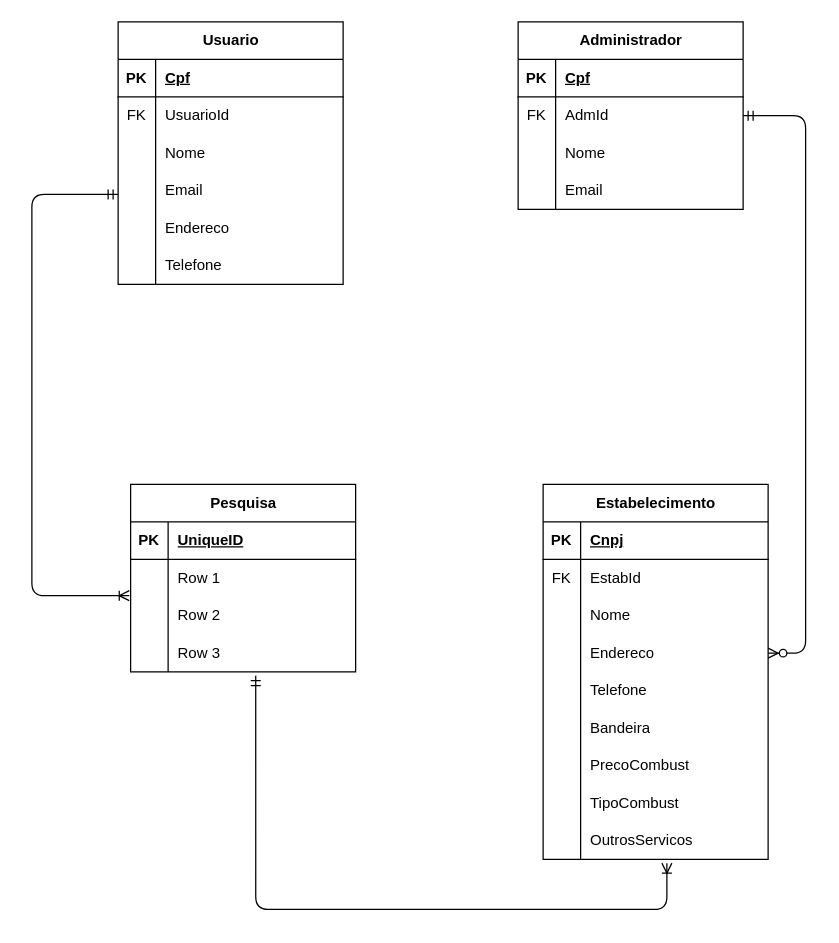
The draw.io diagram docs/img/Diagrama Modelo Relacional.drawio in ICEI-PUC-Minas-PMV-ADS/pmv-ads-2024-1-e3-proj-mov-t4-fuel, before the edit. Source tidied: cells renumbered, new cells numbered last; positions are measured from the earlier drawing's top-left corner, leaving out a move shared by most shapes. Both pictures are drawn from the tidied source at 125%, with x=0, y=0 at pixel (31, 21).
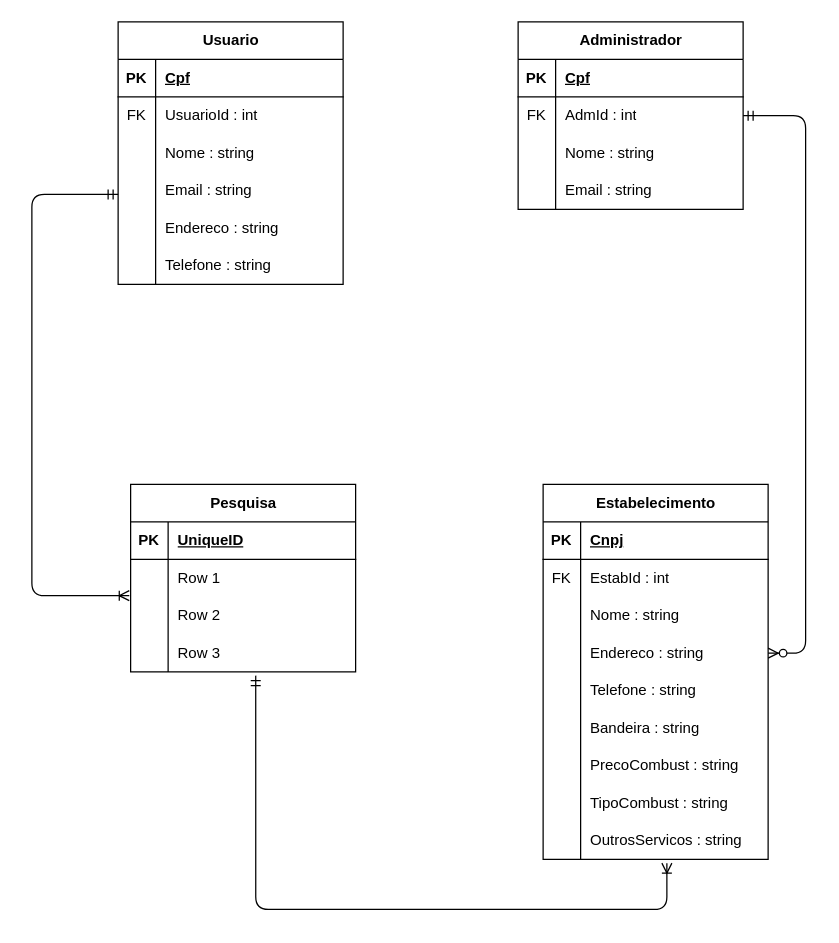
The same diagram, later.

Unchanged cells that the change refers to:
```xml
<mxCell id="22" style="shape=tableRow;horizontal=0;startSize=0;swimlaneHead=0;swimlaneBody=0;fillColor=none;top=0;left=0;right=0;bottom=0;" parent="18" vertex="1">
  <mxGeometry y="60" width="180" height="30" as="geometry" />
</mxCell>
<mxCell id="25" style="shape=tableRow;horizontal=0;startSize=0;swimlaneHead=0;swimlaneBody=0;fillColor=none;top=0;left=0;right=0;bottom=0;" parent="18" vertex="1">
  <mxGeometry y="90" width="180" height="30" as="geometry" />
</mxCell>
<mxCell id="28" style="shape=tableRow;horizontal=0;startSize=0;swimlaneHead=0;swimlaneBody=0;fillColor=none;top=0;left=0;right=0;bottom=0;" parent="18" vertex="1">
  <mxGeometry y="120" width="180" height="30" as="geometry" />
</mxCell>
<mxCell id="31" style="shape=tableRow;horizontal=0;startSize=0;swimlaneHead=0;swimlaneBody=0;fillColor=none;top=0;left=0;right=0;bottom=0;" parent="18" vertex="1">
  <mxGeometry y="150" width="180" height="30" as="geometry" />
</mxCell>
<mxCell id="34" style="shape=tableRow;horizontal=0;startSize=0;swimlaneHead=0;swimlaneBody=0;fillColor=none;top=0;left=0;right=0;bottom=0;" parent="18" vertex="1">
  <mxGeometry y="180" width="180" height="30" as="geometry" />
</mxCell>
<mxCell id="41" style="shape=tableRow;horizontal=0;startSize=0;swimlaneHead=0;swimlaneBody=0;fillColor=none;top=0;left=0;right=0;bottom=0;" parent="37" vertex="1">
  <mxGeometry y="60" width="180" height="30" as="geometry" />
</mxCell>
<mxCell id="44" style="shape=tableRow;horizontal=0;startSize=0;swimlaneHead=0;swimlaneBody=0;fillColor=none;top=0;left=0;right=0;bottom=0;" parent="37" vertex="1">
  <mxGeometry y="90" width="180" height="30" as="geometry" />
</mxCell>
<mxCell id="47" style="shape=tableRow;horizontal=0;startSize=0;swimlaneHead=0;swimlaneBody=0;fillColor=none;top=0;left=0;right=0;bottom=0;" parent="37" vertex="1">
  <mxGeometry y="120" width="180" height="30" as="geometry" />
</mxCell>
<mxCell id="54" style="shape=tableRow;horizontal=0;startSize=0;swimlaneHead=0;swimlaneBody=0;fillColor=none;top=0;left=0;right=0;bottom=0;" parent="50" vertex="1">
  <mxGeometry y="60" width="180" height="30" as="geometry" />
</mxCell>
<mxCell id="57" style="shape=tableRow;horizontal=0;startSize=0;swimlaneHead=0;swimlaneBody=0;fillColor=none;top=0;left=0;right=0;bottom=0;" parent="50" vertex="1">
  <mxGeometry y="90" width="180" height="30" as="geometry" />
</mxCell>
<mxCell id="60" style="shape=tableRow;horizontal=0;startSize=0;swimlaneHead=0;swimlaneBody=0;fillColor=none;points=[[0,0.5],[1,0.5]];portConstraint=eastwest;top=0;left=0;right=0;bottom=0;" parent="50" vertex="1">
  <mxGeometry y="120" width="180" height="30" as="geometry" />
</mxCell>
<mxCell id="63" style="shape=tableRow;horizontal=0;startSize=0;swimlaneHead=0;swimlaneBody=0;fillColor=none;top=0;left=0;right=0;bottom=0;" parent="50" vertex="1">
  <mxGeometry y="150" width="180" height="30" as="geometry" />
</mxCell>
<mxCell id="66" style="shape=tableRow;horizontal=0;startSize=0;swimlaneHead=0;swimlaneBody=0;fillColor=none;top=0;left=0;right=0;bottom=0;" parent="50" vertex="1">
  <mxGeometry y="180" width="180" height="30" as="geometry" />
</mxCell>
<mxCell id="69" style="shape=tableRow;horizontal=0;startSize=0;swimlaneHead=0;swimlaneBody=0;fillColor=none;top=0;left=0;right=0;bottom=0;" parent="50" vertex="1">
  <mxGeometry y="210" width="180" height="30" as="geometry" />
</mxCell>
<mxCell id="72" style="shape=tableRow;horizontal=0;startSize=0;swimlaneHead=0;swimlaneBody=0;fillColor=none;top=0;left=0;right=0;bottom=0;" parent="50" vertex="1">
  <mxGeometry y="240" width="180" height="30" as="geometry" />
</mxCell>
<mxCell id="75" style="shape=tableRow;horizontal=0;startSize=0;swimlaneHead=0;swimlaneBody=0;fillColor=none;points=[[0,0.5],[1,0.5]];portConstraint=eastwest;top=0;left=0;right=0;bottom=0;" parent="50" vertex="1">
  <mxGeometry y="270" width="180" height="30" as="geometry" />
</mxCell>
```

Change to the diagram source:
```diff
@@
-    <mxCell id="24" value="UsuarioId" style="shape=partialRectangle;fillColor=none;top=0;left=0;bottom=0;right=0;align=left;spacingLeft=6;overflow=hidden;whiteSpace=wrap;html=1;" parent="22" vertex="1">
+    <mxCell id="24" value="UsuarioId : int" style="shape=partialRectangle;fillColor=none;top=0;left=0;bottom=0;right=0;align=left;spacingLeft=6;overflow=hidden;whiteSpace=wrap;html=1;" parent="22" vertex="1">
       <mxGeometry x="30" width="150" height="30" as="geometry" />
     </mxCell>
@@
-    <mxCell id="27" value="Nome" style="shape=partialRectangle;fillColor=none;top=0;left=0;bottom=0;right=0;align=left;spacingLeft=6;overflow=hidden;whiteSpace=wrap;html=1;" parent="25" vertex="1">
+    <mxCell id="27" value="Nome : string" style="shape=partialRectangle;fillColor=none;top=0;left=0;bottom=0;right=0;align=left;spacingLeft=6;overflow=hidden;whiteSpace=wrap;html=1;" parent="25" vertex="1">
       <mxGeometry x="30" width="150" height="30" as="geometry" />
     </mxCell>
@@
-    <mxCell id="30" value="Email" style="shape=partialRectangle;fillColor=none;top=0;left=0;bottom=0;right=0;align=left;spacingLeft=6;overflow=hidden;whiteSpace=wrap;html=1;" parent="28" vertex="1">
+    <mxCell id="30" value="Email : string" style="shape=partialRectangle;fillColor=none;top=0;left=0;bottom=0;right=0;align=left;spacingLeft=6;overflow=hidden;whiteSpace=wrap;html=1;" parent="28" vertex="1">
       <mxGeometry x="30" width="150" height="30" as="geometry" />
     </mxCell>
@@
-    <mxCell id="33" value="Endereco" style="shape=partialRectangle;fillColor=none;top=0;left=0;bottom=0;right=0;align=left;spacingLeft=6;overflow=hidden;whiteSpace=wrap;html=1;" parent="31" vertex="1">
+    <mxCell id="33" value="Endereco : string" style="shape=partialRectangle;fillColor=none;top=0;left=0;bottom=0;right=0;align=left;spacingLeft=6;overflow=hidden;whiteSpace=wrap;html=1;" parent="31" vertex="1">
       <mxGeometry x="30" width="150" height="30" as="geometry" />
     </mxCell>
@@
-    <mxCell id="36" value="Telefone" style="shape=partialRectangle;fillColor=none;top=0;left=0;bottom=0;right=0;align=left;spacingLeft=6;overflow=hidden;whiteSpace=wrap;html=1;" parent="34" vertex="1">
+    <mxCell id="36" value="Telefone : string" style="shape=partialRectangle;fillColor=none;top=0;left=0;bottom=0;right=0;align=left;spacingLeft=6;overflow=hidden;whiteSpace=wrap;html=1;" parent="34" vertex="1">
       <mxGeometry x="30" width="150" height="30" as="geometry" />
     </mxCell>
@@
-    <mxCell id="43" value="AdmId" style="shape=partialRectangle;fillColor=none;top=0;left=0;bottom=0;right=0;align=left;spacingLeft=6;overflow=hidden;whiteSpace=wrap;html=1;" parent="41" vertex="1">
+    <mxCell id="43" value="AdmId : int" style="shape=partialRectangle;fillColor=none;top=0;left=0;bottom=0;right=0;align=left;spacingLeft=6;overflow=hidden;whiteSpace=wrap;html=1;" parent="41" vertex="1">
       <mxGeometry x="30" width="150" height="30" as="geometry" />
     </mxCell>
@@
-    <mxCell id="46" value="Nome" style="shape=partialRectangle;fillColor=none;top=0;left=0;bottom=0;right=0;align=left;spacingLeft=6;overflow=hidden;whiteSpace=wrap;html=1;" parent="44" vertex="1">
+    <mxCell id="46" value="Nome : string" style="shape=partialRectangle;fillColor=none;top=0;left=0;bottom=0;right=0;align=left;spacingLeft=6;overflow=hidden;whiteSpace=wrap;html=1;" parent="44" vertex="1">
       <mxGeometry x="30" width="150" height="30" as="geometry" />
     </mxCell>
@@
-    <mxCell id="49" value="Email" style="shape=partialRectangle;fillColor=none;top=0;left=0;bottom=0;right=0;align=left;spacingLeft=6;overflow=hidden;whiteSpace=wrap;html=1;" parent="47" vertex="1">
+    <mxCell id="49" value="Email : string" style="shape=partialRectangle;fillColor=none;top=0;left=0;bottom=0;right=0;align=left;spacingLeft=6;overflow=hidden;whiteSpace=wrap;html=1;" parent="47" vertex="1">
       <mxGeometry x="30" width="150" height="30" as="geometry" />
     </mxCell>
@@
-    <mxCell id="56" value="EstabId" style="shape=partialRectangle;fillColor=none;top=0;left=0;bottom=0;right=0;align=left;spacingLeft=6;overflow=hidden;whiteSpace=wrap;html=1;" parent="54" vertex="1">
+    <mxCell id="56" value="EstabId : int" style="shape=partialRectangle;fillColor=none;top=0;left=0;bottom=0;right=0;align=left;spacingLeft=6;overflow=hidden;whiteSpace=wrap;html=1;" parent="54" vertex="1">
       <mxGeometry x="30" width="150" height="30" as="geometry" />
     </mxCell>
@@
-    <mxCell id="59" value="Nome" style="shape=partialRectangle;fillColor=none;top=0;left=0;bottom=0;right=0;align=left;spacingLeft=6;overflow=hidden;whiteSpace=wrap;html=1;" parent="57" vertex="1">
+    <mxCell id="59" value="Nome : string" style="shape=partialRectangle;fillColor=none;top=0;left=0;bottom=0;right=0;align=left;spacingLeft=6;overflow=hidden;whiteSpace=wrap;html=1;" parent="57" vertex="1">
       <mxGeometry x="30" width="150" height="30" as="geometry" />
     </mxCell>
@@
-    <mxCell id="62" value="Endereco" style="shape=partialRectangle;fillColor=none;top=0;left=0;bottom=0;right=0;align=left;spacingLeft=6;overflow=hidden;whiteSpace=wrap;html=1;" parent="60" vertex="1">
+    <mxCell id="62" value="Endereco : string" style="shape=partialRectangle;fillColor=none;top=0;left=0;bottom=0;right=0;align=left;spacingLeft=6;overflow=hidden;whiteSpace=wrap;html=1;" parent="60" vertex="1">
       <mxGeometry x="30" width="150" height="30" as="geometry" />
     </mxCell>
@@
-    <mxCell id="65" value="Telefone" style="shape=partialRectangle;fillColor=none;top=0;left=0;bottom=0;right=0;align=left;spacingLeft=6;overflow=hidden;whiteSpace=wrap;html=1;" parent="63" vertex="1">
+    <mxCell id="65" value="Telefone : string" style="shape=partialRectangle;fillColor=none;top=0;left=0;bottom=0;right=0;align=left;spacingLeft=6;overflow=hidden;whiteSpace=wrap;html=1;" parent="63" vertex="1">
       <mxGeometry x="30" width="150" height="30" as="geometry" />
     </mxCell>
@@
-    <mxCell id="68" value="Bandeira" style="shape=partialRectangle;fillColor=none;top=0;left=0;bottom=0;right=0;align=left;spacingLeft=6;overflow=hidden;whiteSpace=wrap;html=1;" parent="66" vertex="1">
+    <mxCell id="68" value="Bandeira : string" style="shape=partialRectangle;fillColor=none;top=0;left=0;bottom=0;right=0;align=left;spacingLeft=6;overflow=hidden;whiteSpace=wrap;html=1;" parent="66" vertex="1">
       <mxGeometry x="30" width="150" height="30" as="geometry" />
     </mxCell>
@@
-    <mxCell id="71" value="PrecoCombust" style="shape=partialRectangle;fillColor=none;top=0;left=0;bottom=0;right=0;align=left;spacingLeft=6;overflow=hidden;whiteSpace=wrap;html=1;" parent="69" vertex="1">
+    <mxCell id="71" value="PrecoCombust : string" style="shape=partialRectangle;fillColor=none;top=0;left=0;bottom=0;right=0;align=left;spacingLeft=6;overflow=hidden;whiteSpace=wrap;html=1;" parent="69" vertex="1">
       <mxGeometry x="30" width="150" height="30" as="geometry" />
     </mxCell>
@@
-    <mxCell id="74" value="TipoCombust" style="shape=partialRectangle;fillColor=none;top=0;left=0;bottom=0;right=0;align=left;spacingLeft=6;overflow=hidden;whiteSpace=wrap;html=1;" parent="72" vertex="1">
+    <mxCell id="74" value="TipoCombust : string" style="shape=partialRectangle;fillColor=none;top=0;left=0;bottom=0;right=0;align=left;spacingLeft=6;overflow=hidden;whiteSpace=wrap;html=1;" parent="72" vertex="1">
       <mxGeometry x="30" width="150" height="30" as="geometry" />
     </mxCell>
@@
-    <mxCell id="77" value="OutrosServicos" style="shape=partialRectangle;fillColor=none;top=0;left=0;bottom=0;right=0;align=left;spacingLeft=6;overflow=hidden;whiteSpace=wrap;html=1;" parent="75" vertex="1">
+    <mxCell id="77" value="OutrosServicos : string" style="shape=partialRectangle;fillColor=none;top=0;left=0;bottom=0;right=0;align=left;spacingLeft=6;overflow=hidden;whiteSpace=wrap;html=1;" parent="75" vertex="1">
       <mxGeometry x="30" width="150" height="30" as="geometry" />
     </mxCell>
```
